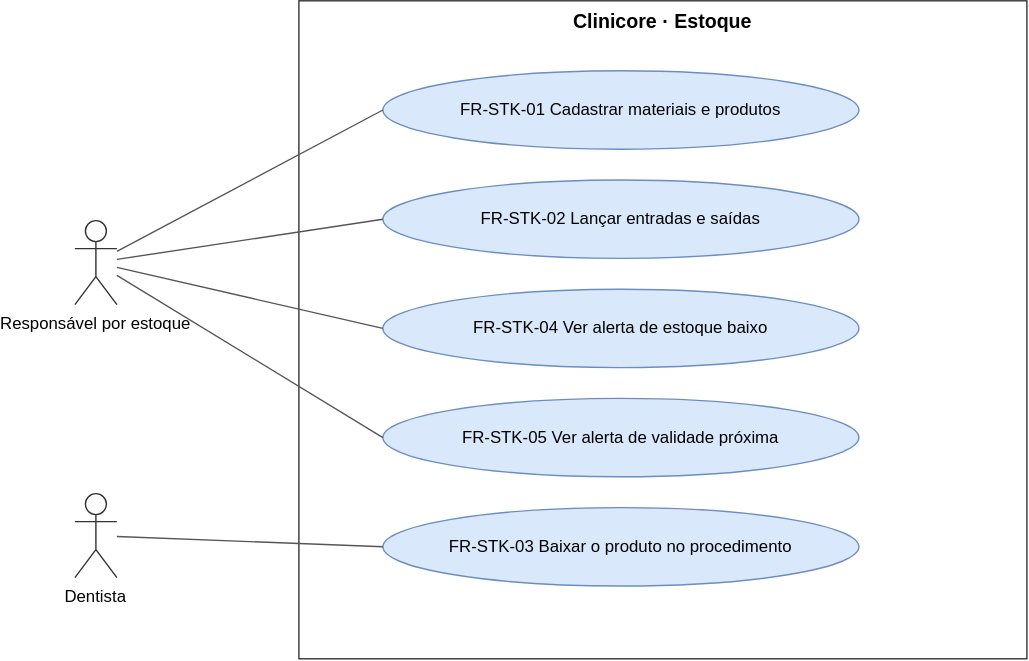
TheoOdawara/clinicore keeps this draw.io diagram as docs/requirements/diagrams/use-cases-inventory.drawio.svg. Above is the earlier version. Source tidied: cells renumbered, new cells last; positions are measured from the earlier drawing's top-left corner, leaving out a move shared by most shapes.
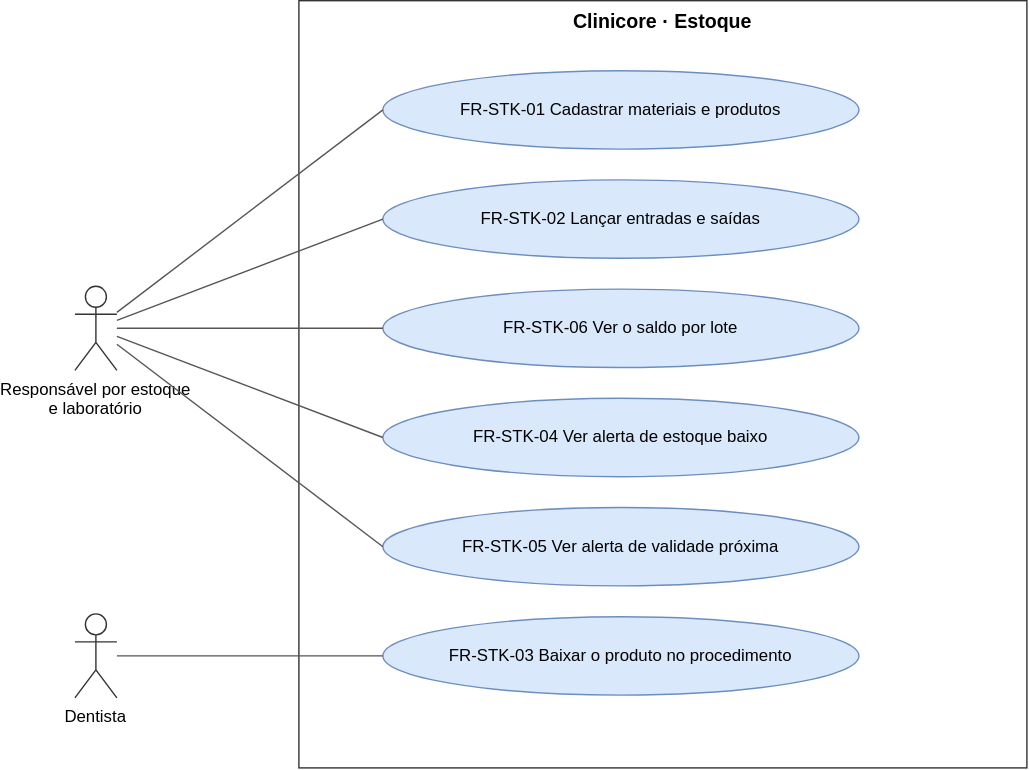
Later version of the same file.

Change to the diagram source:
```diff
@@ -3,7 +3,7 @@
     <mxCell id="0" />
     <mxCell id="1" parent="0" />
     <mxCell id="2" value="Clinicore · Estoque" style="rounded=0;whiteSpace=wrap;html=0;fillColor=none;strokeColor=#333333;verticalAlign=top;fontStyle=1;fontSize=14;" parent="1" vertex="1">
-      <mxGeometry x="160" width="520" height="470" as="geometry" />
+      <mxGeometry x="160" width="520" height="548" as="geometry" />
     </mxCell>
     <mxCell id="3" value="FR-STK-01 Cadastrar materiais e produtos" style="ellipse;whiteSpace=wrap;html=0;fillColor=#dae8fc;strokeColor=#6c8ebf;fontSize=12;" parent="1" vertex="1">
       <mxGeometry x="220" y="50" width="340" height="56" as="geometry" />
@@ -12,16 +12,16 @@
       <mxGeometry x="220" y="128" width="340" height="56" as="geometry" />
     </mxCell>
     <mxCell id="5" value="FR-STK-04 Ver alerta de estoque baixo" style="ellipse;whiteSpace=wrap;html=0;fillColor=#dae8fc;strokeColor=#6c8ebf;fontSize=12;" parent="1" vertex="1">
-      <mxGeometry x="220" y="206" width="340" height="56" as="geometry" />
+      <mxGeometry x="220" y="284" width="340" height="56" as="geometry" />
     </mxCell>
     <mxCell id="6" value="FR-STK-05 Ver alerta de validade próxima" style="ellipse;whiteSpace=wrap;html=0;fillColor=#dae8fc;strokeColor=#6c8ebf;fontSize=12;" parent="1" vertex="1">
-      <mxGeometry x="220" y="284" width="340" height="56" as="geometry" />
+      <mxGeometry x="220" y="362" width="340" height="56" as="geometry" />
     </mxCell>
     <mxCell id="7" value="FR-STK-03 Baixar o produto no procedimento" style="ellipse;whiteSpace=wrap;html=0;fillColor=#dae8fc;strokeColor=#6c8ebf;fontSize=12;" parent="1" vertex="1">
-      <mxGeometry x="220" y="362" width="340" height="56" as="geometry" />
+      <mxGeometry x="220" y="440" width="340" height="56" as="geometry" />
     </mxCell>
-    <mxCell id="8" value="Responsável por estoque" style="shape=umlActor;verticalLabelPosition=bottom;verticalAlign=top;html=0;outlineConnect=0;fillColor=#ffffff;strokeColor=#333333;fontSize=12;" parent="1" vertex="1">
-      <mxGeometry y="157" width="30" height="60" as="geometry" />
+    <mxCell id="8" value="Responsável por estoque&#10;e laboratório" style="shape=umlActor;verticalLabelPosition=bottom;verticalAlign=top;html=0;outlineConnect=0;fillColor=#ffffff;strokeColor=#333333;fontSize=12;" parent="1" vertex="1">
+      <mxGeometry y="204" width="30" height="60" as="geometry" />
     </mxCell>
     <mxCell id="9" style="endArrow=none;html=0;strokeColor=#555555;entryX=0;entryY=0.5;entryDx=0;entryDy=0;" parent="1" edge="1" source="8" target="3">
       <mxGeometry relative="1" as="geometry" />
@@ -36,10 +36,16 @@
       <mxGeometry relative="1" as="geometry" />
     </mxCell>
     <mxCell id="13" value="Dentista" style="shape=umlActor;verticalLabelPosition=bottom;verticalAlign=top;html=0;outlineConnect=0;fillColor=#ffffff;strokeColor=#333333;fontSize=12;" parent="1" vertex="1">
-      <mxGeometry y="352" width="30" height="60" as="geometry" />
+      <mxGeometry y="438" width="30" height="60" as="geometry" />
     </mxCell>
     <mxCell id="14" style="endArrow=none;html=0;strokeColor=#555555;entryX=0;entryY=0.5;entryDx=0;entryDy=0;" parent="1" edge="1" source="13" target="7">
       <mxGeometry relative="1" as="geometry" />
     </mxCell>
+    <mxCell id="15" value="FR-STK-06 Ver o saldo por lote" style="ellipse;whiteSpace=wrap;html=0;fillColor=#dae8fc;strokeColor=#6c8ebf;fontSize=12;" parent="1" vertex="1">
+      <mxGeometry x="220" y="206" width="340" height="56" as="geometry" />
+    </mxCell>
+    <mxCell id="16" style="endArrow=none;html=0;strokeColor=#555555;entryX=0;entryY=0.5;entryDx=0;entryDy=0;" parent="1" edge="1" source="8" target="15">
+      <mxGeometry relative="1" as="geometry" />
+    </mxCell>
   </root>
 </mxGraphModel>
```
